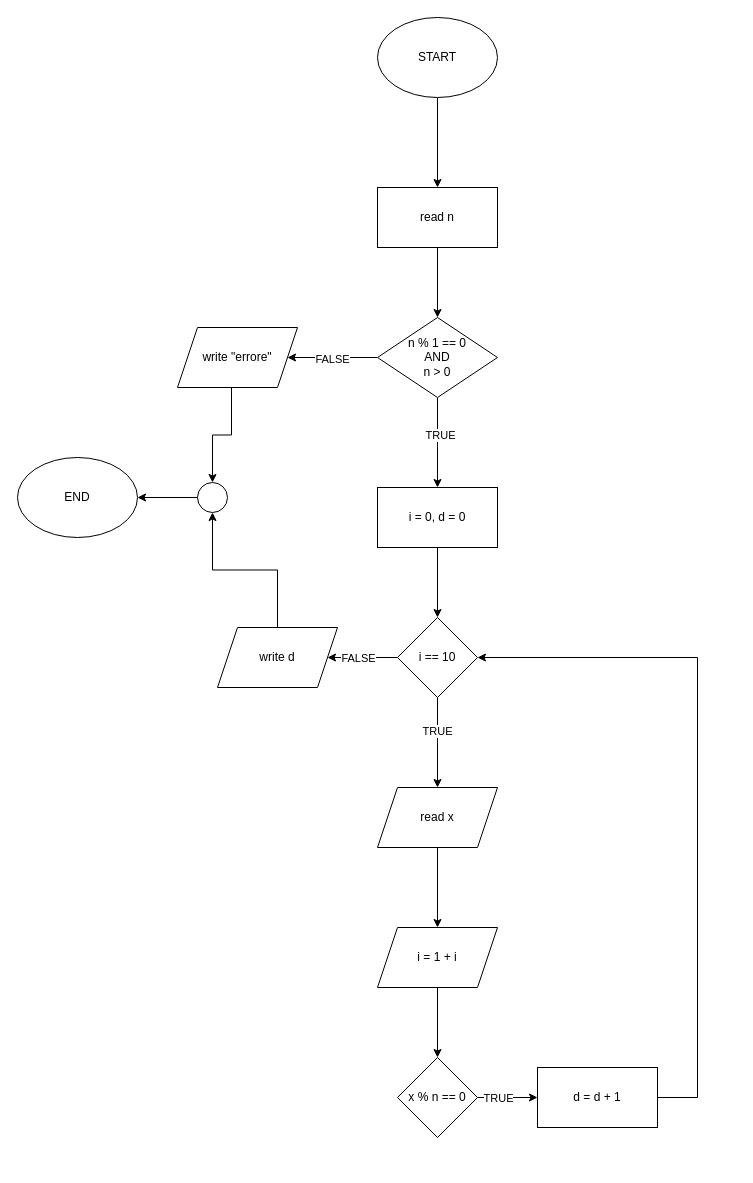
Before: page "Es_9" (4 of 8) of Lezione_03/Esercizi_Diagrammi.drawio in Diggio12/ITS, a draw.io diagram. Source tidied: cells renumbered, new cells numbered last; positions are measured from the earlier drawing's top-left corner, leaving out a move shared by most shapes. Both pictures are drawn from the tidied source at 100%, with x=0, y=0 at pixel (17, 17).
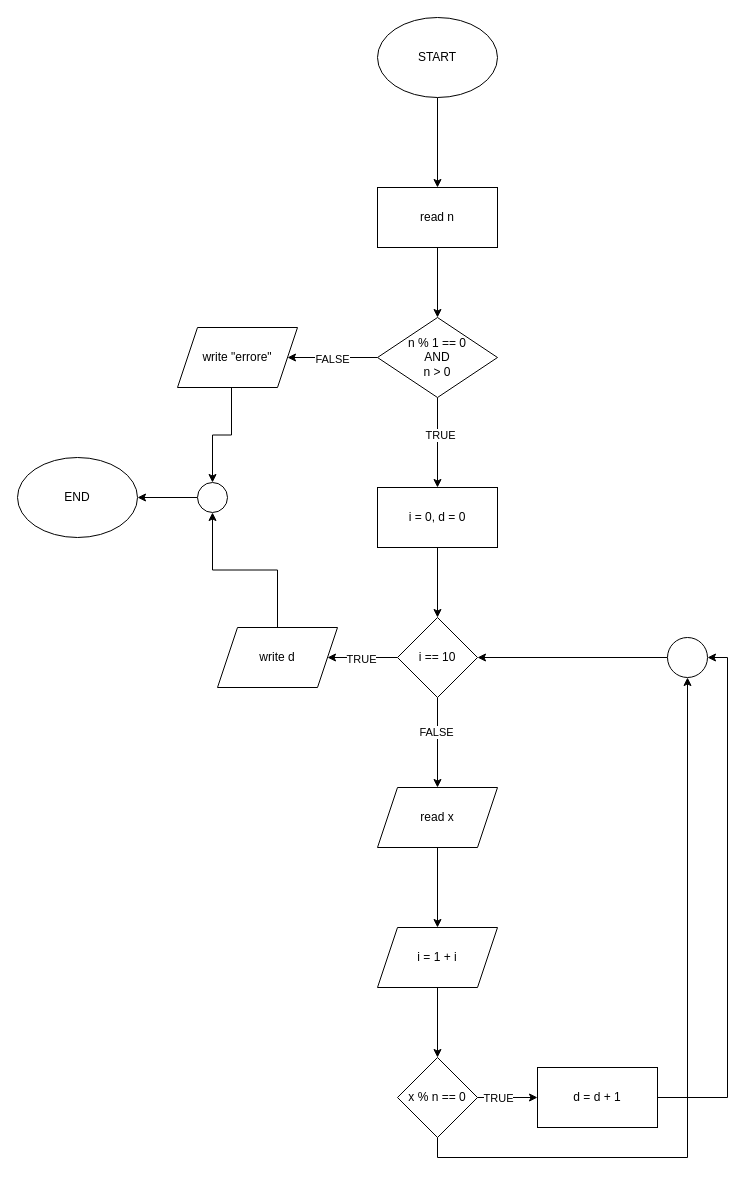
Above is the later version.

Commit message:
Esercizi_Diagrammi

The change refers to these unchanged cells:
```xml
<mxCell id="15" style="edgeStyle=orthogonalEdgeStyle;rounded=0;jettySize=auto;html=1;" parent="1" edge="1" source="19" target="21">
  <mxGeometry relative="1" as="geometry" />
</mxCell>
<mxCell id="19" value="i == 10" style="rhombus;whiteSpace=wrap;html=1;" parent="1" vertex="1">
  <mxGeometry x="380" y="600" width="80" height="80" as="geometry" />
</mxCell>
<mxCell id="26" value="x % n == 0" style="rhombus;whiteSpace=wrap;html=1;" parent="1" vertex="1">
  <mxGeometry x="380" y="1040" width="80" height="80" as="geometry" />
</mxCell>
<mxCell id="28" value="d = d + 1" style="whiteSpace=wrap;html=1;" parent="1" vertex="1">
  <mxGeometry x="520" y="1050" width="120" height="60" as="geometry" />
</mxCell>
<mxCell id="30" value="write d" style="shape=parallelogram;perimeter=parallelogramPerimeter;whiteSpace=wrap;html=1;fixedSize=1;" parent="1" vertex="1">
  <mxGeometry x="200" y="610" width="120" height="60" as="geometry" />
</mxCell>
```

Change to the diagram source:
```diff
@@
+    <mxCell id="18" value="FALSE" style="edgeLabel;html=1;align=center;verticalAlign=middle;" parent="15" vertex="1">
+      <mxGeometry x="-0.24" y="-2" relative="1" as="geometry" />
+    </mxCell>
+    <mxCell id="17" style="edgeStyle=orthogonalEdgeStyle;rounded=0;jettySize=auto;html=1;" parent="1" edge="1" source="19" target="30">
+      <mxGeometry relative="1" as="geometry" />
+    </mxCell>
-    <mxCell id="16" value="TRUE" style="edgeLabel;html=1;align=center;verticalAlign=middle;" parent="15" vertex="1">
-      <mxGeometry x="-0.27" y="-1" relative="1" as="geometry" />
+    <mxCell id="16" value="TRUE" style="edgeLabel;html=1;align=center;verticalAlign=middle;" parent="17" vertex="1">
+      <mxGeometry x="0.06" y="1" relative="1" as="geometry" />
     </mxCell>
-    <mxCell id="17" style="edgeStyle=orthogonalEdgeStyle;rounded=0;jettySize=auto;html=1;" parent="1" edge="1" source="19" target="30">
-      <mxGeometry relative="1" as="geometry" />
-    </mxCell>
-    <mxCell id="18" value="FALSE" style="edgeLabel;html=1;align=center;verticalAlign=middle;" parent="17" vertex="1">
-      <mxGeometry x="0.14" relative="1" as="geometry" />
-    </mxCell>
@@
+    <mxCell id="34" style="edgeStyle=orthogonalEdgeStyle;rounded=0;jettySize=auto;html=1;entryX=0.5;entryY=1;entryDx=0;entryDy=0;" parent="1" edge="1" source="26" target="36">
+      <mxGeometry relative="1" as="geometry">
+        <Array as="points">
+          <mxPoint x="420" y="1140" />
+          <mxPoint x="670" y="1140" />
+        </Array>
+      </mxGeometry>
+    </mxCell>
@@
-    <mxCell id="27" style="edgeStyle=orthogonalEdgeStyle;rounded=0;jettySize=auto;html=1;entryX=1;entryY=0.5;entryDx=0;entryDy=0;" parent="1" edge="1" source="28" target="19">
-      <mxGeometry relative="1" as="geometry">
-        <Array as="points">
-          <mxPoint x="680" y="1080" />
-          <mxPoint x="680" y="640" />
-        </Array>
-      </mxGeometry>
+    <mxCell id="27" style="edgeStyle=orthogonalEdgeStyle;rounded=0;jettySize=auto;html=1;entryX=1;entryY=0.5;entryDx=0;entryDy=0;" parent="1" edge="1" source="36" target="19">
+      <mxGeometry relative="1" as="geometry" />
     </mxCell>
+    <mxCell id="35" style="edgeStyle=orthogonalEdgeStyle;rounded=0;jettySize=auto;html=1;entryX=1;entryY=0.5;entryDx=0;entryDy=0;" parent="1" edge="1" source="28" target="36">
+      <mxGeometry relative="1" as="geometry" />
+    </mxCell>
@@
+    <mxCell id="36" style="ellipse;whiteSpace=wrap;html=1;" parent="1" vertex="1">
+      <mxGeometry x="650" y="620" width="40" height="40" as="geometry" />
+    </mxCell>
```
